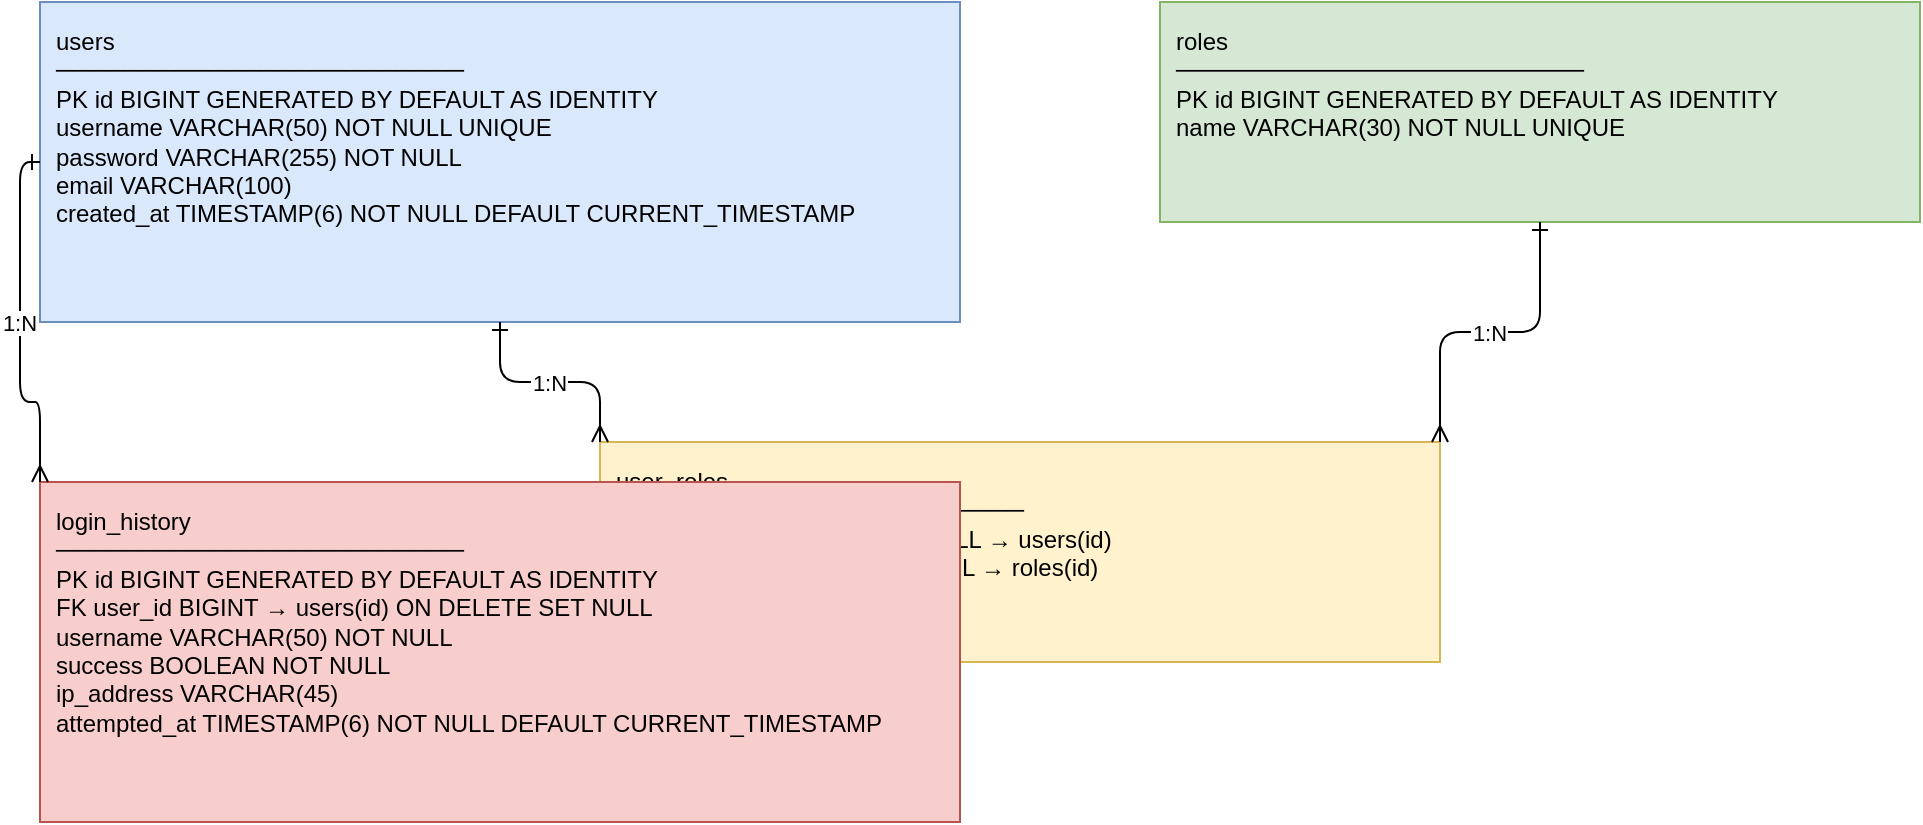
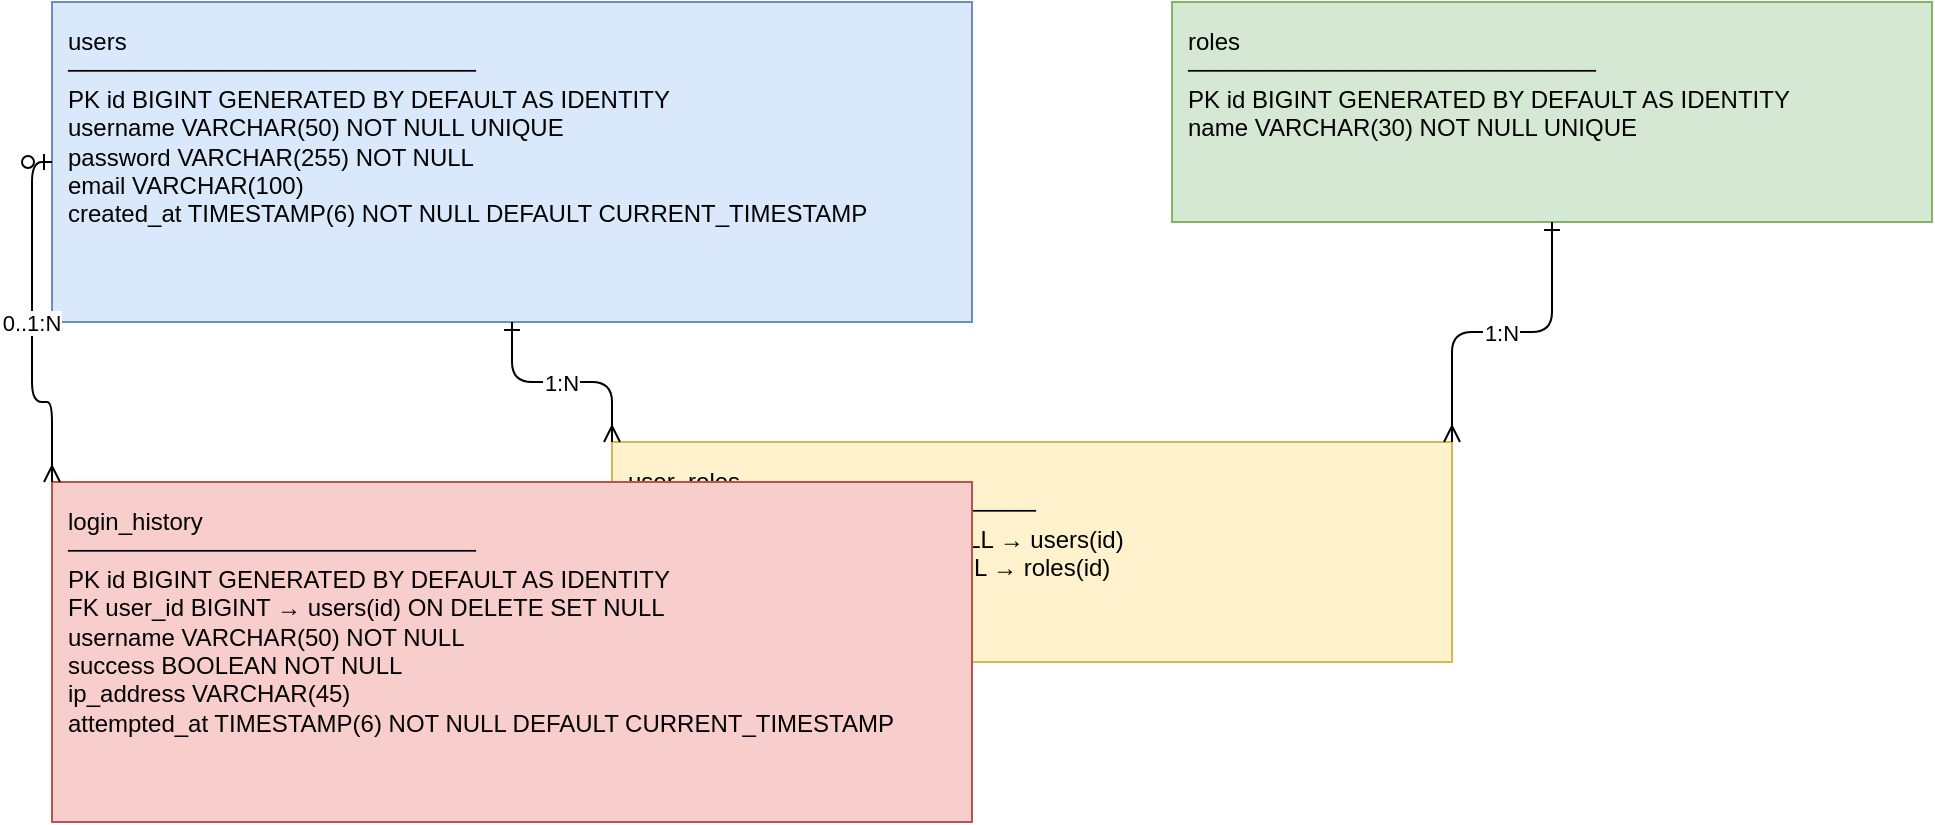
<mxfile host="app.diagrams.net" modified="2026-05-01T00:00:00.000Z" agent="Codex" version="24.7.17" editor="draw.io">
  <diagram id="dts-erd" name="ERD">
    <mxGraphModel dx="1280" dy="720" grid="1" gridSize="10" guides="1" tooltips="1" connect="1" arrows="1" fold="1" page="1" pageScale="1" pageWidth="1169" pageHeight="827" math="0" shadow="0">
      <root>
        <mxCell id="0"/>
        <mxCell id="1" parent="0"/>

        <!-- users table -->
        <mxCell id="users-table" value="users&#xa;────────────────────────&#xa;PK  id BIGINT GENERATED BY DEFAULT AS IDENTITY&#xa;    username VARCHAR(50) NOT NULL UNIQUE&#xa;    password VARCHAR(255) NOT NULL&#xa;    email VARCHAR(100)&#xa;    created_at TIMESTAMP(6) NOT NULL DEFAULT CURRENT_TIMESTAMP" style="rounded=0;whiteSpace=wrap;html=1;align=left;verticalAlign=top;spacing=8;fillColor=#dae8fc;strokeColor=#6c8ebf;fontFamily=Helvetica;fontSize=12;" vertex="1" parent="1">
          <mxGeometry x="80" y="280" width="460" height="160" as="geometry"/>
        </mxCell>

        <!-- roles table -->
        <mxCell id="roles-table" value="roles&#xa;────────────────────────&#xa;PK  id BIGINT GENERATED BY DEFAULT AS IDENTITY&#xa;    name VARCHAR(30) NOT NULL UNIQUE" style="rounded=0;whiteSpace=wrap;html=1;align=left;verticalAlign=top;spacing=8;fillColor=#d5e8d4;strokeColor=#82b366;fontFamily=Helvetica;fontSize=12;" vertex="1" parent="1">
          <mxGeometry x="640" y="280" width="380" height="110" as="geometry"/>
        </mxCell>

        <!-- user_roles table -->
        <mxCell id="user-roles-table" value="user_roles&#xa;────────────────────────&#xa;PK,FK  user_id BIGINT NOT NULL → users(id)&#xa;PK,FK  role_id BIGINT NOT NULL → roles(id)" style="rounded=0;whiteSpace=wrap;html=1;align=left;verticalAlign=top;spacing=8;fillColor=#fff2cc;strokeColor=#d6b656;fontFamily=Helvetica;fontSize=12;" vertex="1" parent="1">
          <mxGeometry x="360" y="500" width="420" height="110" as="geometry"/>
        </mxCell>

        <!-- login_history table -->
        <mxCell id="login-history-table" value="login_history&#xa;────────────────────────&#xa;PK   id BIGINT GENERATED BY DEFAULT AS IDENTITY&#xa;FK   user_id BIGINT → users(id) ON DELETE SET NULL&#xa;     username VARCHAR(50) NOT NULL&#xa;     success BOOLEAN NOT NULL&#xa;     ip_address VARCHAR(45)&#xa;     attempted_at TIMESTAMP(6) NOT NULL DEFAULT CURRENT_TIMESTAMP" style="rounded=0;whiteSpace=wrap;html=1;align=left;verticalAlign=top;spacing=8;fillColor=#f8cecc;strokeColor=#b85450;fontFamily=Helvetica;fontSize=12;" vertex="1" parent="1">
          <mxGeometry x="80" y="520" width="460" height="170" as="geometry"/>
        </mxCell>

        <!-- users → user_roles (1:N) -->
        <mxCell id="edge-users-user-roles" value="1:N" style="endArrow=ERmany;startArrow=ERone;exitX=0.5;exitY=1;exitDx=0;exitDy=0;entryX=0;entryY=0;entryDx=0;entryDy=0;edgeStyle=orthogonalEdgeStyle;" edge="1" source="users-table" target="user-roles-table" parent="1">
          <mxGeometry relative="1" as="geometry"/>
        </mxCell>

        <!-- roles → user_roles (1:N) -->
        <mxCell id="edge-roles-user-roles" value="1:N" style="endArrow=ERmany;startArrow=ERone;exitX=0.5;exitY=1;exitDx=0;exitDy=0;entryX=1;entryY=0;entryDx=0;entryDy=0;edgeStyle=orthogonalEdgeStyle;" edge="1" source="roles-table" target="user-roles-table" parent="1">
          <mxGeometry relative="1" as="geometry"/>
        </mxCell>

-         <!-- users → login_history (1:N) -->
-         <mxCell id="edge-users-login-history" value="1:N" style="endArrow=ERmany;startArrow=ERone;exitX=0;exitY=0.5;exitDx=0;exitDy=0;entryX=0;entryY=0;entryDx=0;entryDy=0;edgeStyle=orthogonalEdgeStyle;" edge="1" source="users-table" target="login-history-table" parent="1">
+         <!-- users → login_history (0..1:N) -->
+         <mxCell id="edge-users-login-history" value="0..1:N" style="endArrow=ERmany;startArrow=ERzeroToOne;exitX=0;exitY=0.5;exitDx=0;exitDy=0;entryX=0;entryY=0;entryDx=0;entryDy=0;edgeStyle=orthogonalEdgeStyle;" edge="1" source="users-table" target="login-history-table" parent="1">
          <mxGeometry relative="1" as="geometry"/>
        </mxCell>

      </root>
    </mxGraphModel>
  </diagram>
</mxfile>
